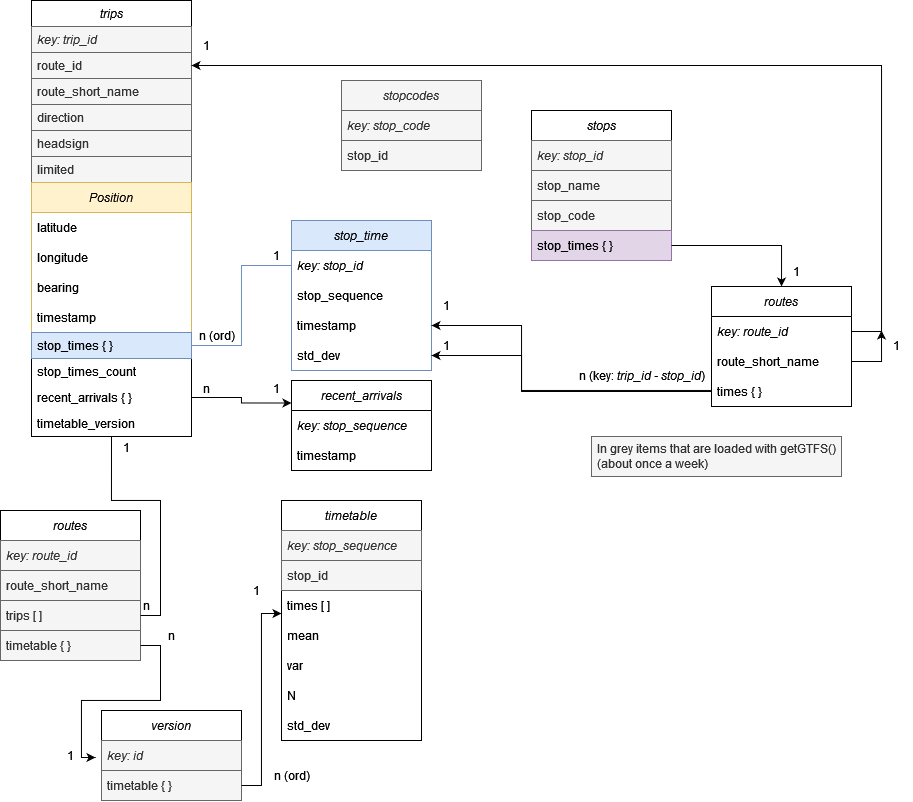
Above: img/GTTtg diagram.drawio.png in gigianni/GTTTg (draw.io), before the change. Source tidied: cells renumbered, new cells last; positions are measured from the earlier drawing's top-left corner, leaving out a move shared by most shapes.
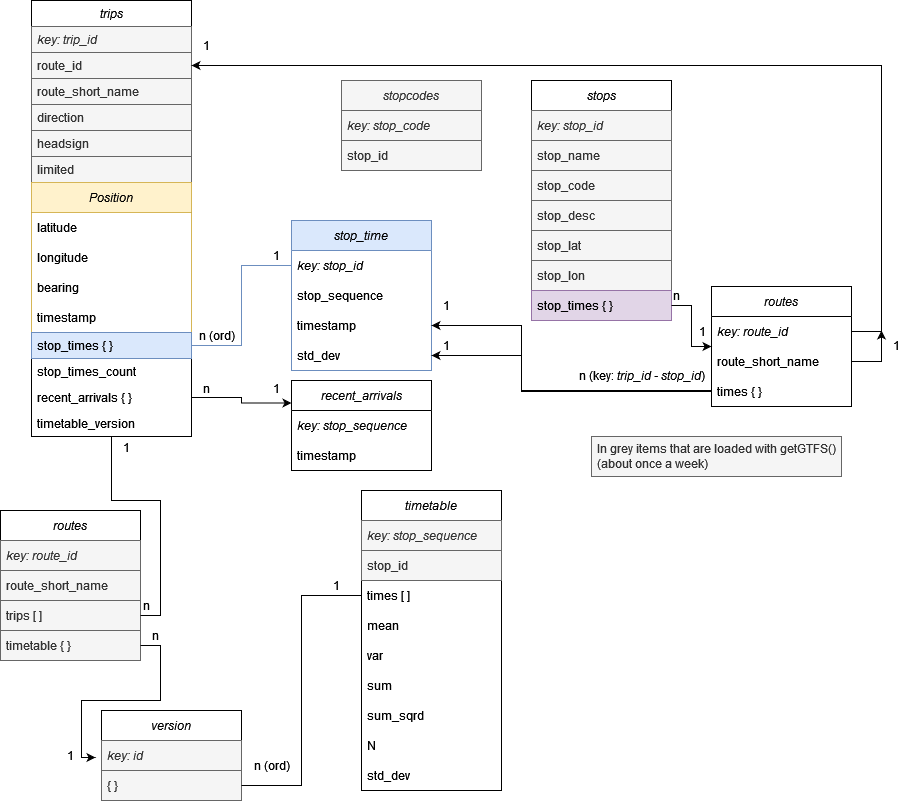
Above is the later version.

What changed in the source:
```diff
@@ -66,7 +66,7 @@
       <mxGeometry y="120" width="140" height="30" as="geometry" />
     </mxCell>
     <mxCell id="23" value="stops" style="swimlane;fontStyle=2;horizontal=1;startSize=30;strokeColor=default;" parent="1" vertex="1">
-      <mxGeometry x="531" y="110" width="140" height="150" as="geometry" />
+      <mxGeometry x="531" y="80" width="140" height="240" as="geometry" />
     </mxCell>
     <mxCell id="24" value="key: stop_id" style="text;strokeColor=#666666;fillColor=#f5f5f5;align=left;verticalAlign=middle;spacingLeft=4;spacingRight=4;overflow=hidden;fontColor=#333333;fontStyle=2;" parent="23" vertex="1">
       <mxGeometry y="30" width="140" height="30" as="geometry" />
@@ -77,8 +77,17 @@
     <mxCell id="26" value="stop_code" style="text;strokeColor=#666666;fillColor=#f5f5f5;align=left;verticalAlign=middle;spacingLeft=4;spacingRight=4;overflow=hidden;fontColor=#333333;" parent="23" vertex="1">
       <mxGeometry y="90" width="140" height="30" as="geometry" />
     </mxCell>
+    <mxCell id="81" value="stop_desc" style="text;strokeColor=#666666;fillColor=#f5f5f5;align=left;verticalAlign=middle;spacingLeft=4;spacingRight=4;overflow=hidden;fontColor=#333333;" parent="23" vertex="1">
+      <mxGeometry y="120" width="140" height="30" as="geometry" />
+    </mxCell>
+    <mxCell id="82" value="stop_lat" style="text;strokeColor=#666666;fillColor=#f5f5f5;align=left;verticalAlign=middle;spacingLeft=4;spacingRight=4;overflow=hidden;fontColor=#333333;" parent="23" vertex="1">
+      <mxGeometry y="150" width="140" height="30" as="geometry" />
+    </mxCell>
+    <mxCell id="83" value="stop_lon" style="text;strokeColor=#666666;fillColor=#f5f5f5;align=left;verticalAlign=middle;spacingLeft=4;spacingRight=4;overflow=hidden;fontColor=#333333;" parent="23" vertex="1">
+      <mxGeometry y="180" width="140" height="30" as="geometry" />
+    </mxCell>
     <mxCell id="27" value="stop_times { }" style="text;strokeColor=#9673a6;fillColor=#e1d5e7;align=left;verticalAlign=middle;spacingLeft=4;spacingRight=4;overflow=hidden;points=[[0,0.5],[1,0.5]];portConstraint=eastwest;" parent="23" vertex="1">
-      <mxGeometry y="120" width="140" height="30" as="geometry" />
+      <mxGeometry y="210" width="140" height="30" as="geometry" />
     </mxCell>
     <mxCell id="28" style="edgeStyle=orthogonalEdgeStyle;rounded=0;jettySize=auto;html=1;endArrow=none;endFill=0;fillColor=#dae8fc;strokeColor=#6c8ebf;" parent="1" edge="1" source="14" target="19">
       <mxGeometry relative="1" as="geometry" />
@@ -114,7 +123,7 @@
       <mxGeometry y="120" width="140" height="30" as="geometry" />
     </mxCell>
     <mxCell id="39" value="timetable" style="swimlane;fontStyle=2;horizontal=1;startSize=30;" parent="1" vertex="1">
-      <mxGeometry x="281" y="500" width="140" height="240" as="geometry" />
+      <mxGeometry x="361" y="490" width="140" height="300" as="geometry" />
     </mxCell>
     <mxCell id="40" value="key: stop_sequence" style="text;strokeColor=#666666;fillColor=#f5f5f5;align=left;verticalAlign=middle;spacingLeft=4;spacingRight=4;overflow=hidden;fontColor=#333333;fontStyle=2;" parent="39" vertex="1">
       <mxGeometry y="30" width="140" height="30" as="geometry" />
@@ -131,17 +140,23 @@
     <mxCell id="44" value="var" style="text;strokeColor=none;fillColor=none;align=left;verticalAlign=middle;spacingLeft=4;spacingRight=4;overflow=hidden;" parent="39" vertex="1">
       <mxGeometry y="150" width="140" height="30" as="geometry" />
     </mxCell>
+    <mxCell id="84" value="sum" style="text;strokeColor=none;fillColor=none;align=left;verticalAlign=middle;spacingLeft=4;spacingRight=4;overflow=hidden;" parent="39" vertex="1">
+      <mxGeometry y="180" width="140" height="30" as="geometry" />
+    </mxCell>
+    <mxCell id="85" value="sum_sqrd" style="text;strokeColor=none;fillColor=none;align=left;verticalAlign=middle;spacingLeft=4;spacingRight=4;overflow=hidden;" parent="39" vertex="1">
+      <mxGeometry y="210" width="140" height="30" as="geometry" />
+    </mxCell>
     <mxCell id="45" value="N" style="text;strokeColor=none;fillColor=none;align=left;verticalAlign=middle;spacingLeft=4;spacingRight=4;overflow=hidden;" parent="39" vertex="1">
-      <mxGeometry y="180" width="140" height="30" as="geometry" />
+      <mxGeometry y="240" width="140" height="30" as="geometry" />
     </mxCell>
     <mxCell id="46" value="std_dev" style="text;strokeColor=none;fillColor=none;align=left;verticalAlign=middle;spacingLeft=4;spacingRight=4;overflow=hidden;" parent="39" vertex="1">
-      <mxGeometry y="210" width="140" height="30" as="geometry" />
+      <mxGeometry y="270" width="140" height="30" as="geometry" />
     </mxCell>
     <mxCell id="47" value="n" style="text;html=1;align=center;verticalAlign=middle;strokeColor=none;fillColor=none;" parent="1" vertex="1">
       <mxGeometry x="131" y="590" width="30" height="30" as="geometry" />
     </mxCell>
     <mxCell id="48" value="1" style="text;html=1;align=center;verticalAlign=middle;strokeColor=none;fillColor=none;" parent="1" vertex="1">
-      <mxGeometry x="241" y="575" width="30" height="30" as="geometry" />
+      <mxGeometry x="321" y="570" width="30" height="30" as="geometry" />
     </mxCell>
     <mxCell id="49" style="edgeStyle=orthogonalEdgeStyle;rounded=0;jettySize=auto;html=1;entryX=0.5;entryY=1;entryDx=0;entryDy=0;endArrow=none;endFill=0;" parent="1" edge="1" source="37" target="2">
       <mxGeometry relative="1" as="geometry">
@@ -153,7 +168,7 @@
       </mxGeometry>
     </mxCell>
     <mxCell id="50" value="n" style="text;html=1;align=center;verticalAlign=middle;strokeColor=none;fillColor=none;" parent="1" vertex="1">
-      <mxGeometry x="156" y="620" width="30" height="30" as="geometry" />
+      <mxGeometry x="140" y="620" width="30" height="30" as="geometry" />
     </mxCell>
     <mxCell id="51" value="1" style="text;html=1;align=center;verticalAlign=middle;strokeColor=none;fillColor=none;" parent="1" vertex="1">
       <mxGeometry x="111" y="432" width="30" height="30" as="geometry" />
@@ -194,18 +209,12 @@
     <mxCell id="63" value="key: id" style="text;strokeColor=#666666;fillColor=#f5f5f5;align=left;verticalAlign=middle;spacingLeft=4;spacingRight=4;overflow=hidden;points=[[0,0.5],[1,0.5]];portConstraint=eastwest;fontStyle=2;fontColor=#333333;" parent="62" vertex="1">
       <mxGeometry y="30" width="140" height="30" as="geometry" />
     </mxCell>
-    <mxCell id="64" value="timetable { }" style="text;strokeColor=#666666;fillColor=#f5f5f5;align=left;verticalAlign=middle;spacingLeft=4;spacingRight=4;overflow=hidden;points=[[0,0.5],[1,0.5]];portConstraint=eastwest;fontColor=#333333;" parent="62" vertex="1">
+    <mxCell id="64" value="{ }" style="text;strokeColor=#666666;fillColor=#f5f5f5;align=left;verticalAlign=middle;spacingLeft=4;spacingRight=4;overflow=hidden;points=[[0,0.5],[1,0.5]];portConstraint=eastwest;fontColor=#333333;" parent="62" vertex="1">
       <mxGeometry y="60" width="140" height="30" as="geometry" />
     </mxCell>
     <mxCell id="65" style="edgeStyle=orthogonalEdgeStyle;rounded=0;jettySize=auto;html=1;entryX=-0.043;entryY=0.567;entryDx=0;entryDy=0;entryPerimeter=0;" parent="1" edge="1" source="38" target="63">
       <mxGeometry relative="1" as="geometry" />
     </mxCell>
-    <mxCell id="66" style="edgeStyle=orthogonalEdgeStyle;rounded=0;jettySize=auto;html=1;entryX=0;entryY=-0.233;entryDx=0;entryDy=0;entryPerimeter=0;" parent="1" edge="1" source="64" target="43">
-      <mxGeometry relative="1" as="geometry" />
-    </mxCell>
-    <mxCell id="67" value="n (ord)" style="text;html=1;align=center;verticalAlign=middle;strokeColor=none;fillColor=none;" parent="1" vertex="1">
-      <mxGeometry x="261" y="760" width="60" height="30" as="geometry" />
-    </mxCell>
     <mxCell id="68" value="1" style="text;html=1;align=center;verticalAlign=middle;strokeColor=none;fillColor=none;" parent="1" vertex="1">
       <mxGeometry x="55" y="740" width="30" height="30" as="geometry" />
     </mxCell>
@@ -221,9 +230,6 @@
     <mxCell id="72" value="times { }" style="text;strokeColor=none;fillColor=none;align=left;verticalAlign=middle;spacingLeft=4;spacingRight=4;overflow=hidden;points=[[0,0.5],[1,0.5]];portConstraint=eastwest;" parent="69" vertex="1">
       <mxGeometry y="90" width="140" height="30" as="geometry" />
     </mxCell>
-    <mxCell id="73" value="1" style="text;html=1;align=center;verticalAlign=middle;strokeColor=none;fillColor=none;" parent="1" vertex="1">
-      <mxGeometry x="781" y="256" width="30" height="30" as="geometry" />
-    </mxCell>
     <mxCell id="74" style="edgeStyle=orthogonalEdgeStyle;rounded=0;jettySize=auto;html=1;" parent="1" edge="1" source="72" target="21">
       <mxGeometry relative="1" as="geometry">
         <Array as="points">
@@ -262,5 +268,17 @@
     <mxCell id="80" value="1" style="text;html=1;align=center;verticalAlign=middle;strokeColor=none;fillColor=none;" parent="1" vertex="1">
       <mxGeometry x="191" y="30" width="30" height="30" as="geometry" />
     </mxCell>
+    <mxCell id="86" value="n" style="text;html=1;align=center;verticalAlign=middle;strokeColor=none;fillColor=none;" parent="1" vertex="1">
+      <mxGeometry x="661" y="280" width="30" height="30" as="geometry" />
+    </mxCell>
+    <mxCell id="73" value="1" style="text;html=1;align=center;verticalAlign=middle;strokeColor=none;fillColor=none;" parent="1" vertex="1">
+      <mxGeometry x="687" y="316" width="30" height="30" as="geometry" />
+    </mxCell>
+    <mxCell id="87" style="edgeStyle=orthogonalEdgeStyle;rounded=0;jettySize=auto;html=1;endArrow=none;" parent="1" edge="1" source="64" target="42">
+      <mxGeometry relative="1" as="geometry" />
+    </mxCell>
+    <mxCell id="67" value="&lt;div&gt;n (ord)&lt;/div&gt;" style="text;html=1;align=center;verticalAlign=middle;strokeColor=none;fillColor=none;" parent="1" vertex="1">
+      <mxGeometry x="241" y="750" width="60" height="30" as="geometry" />
+    </mxCell>
   </root>
 </mxGraphModel>
```
